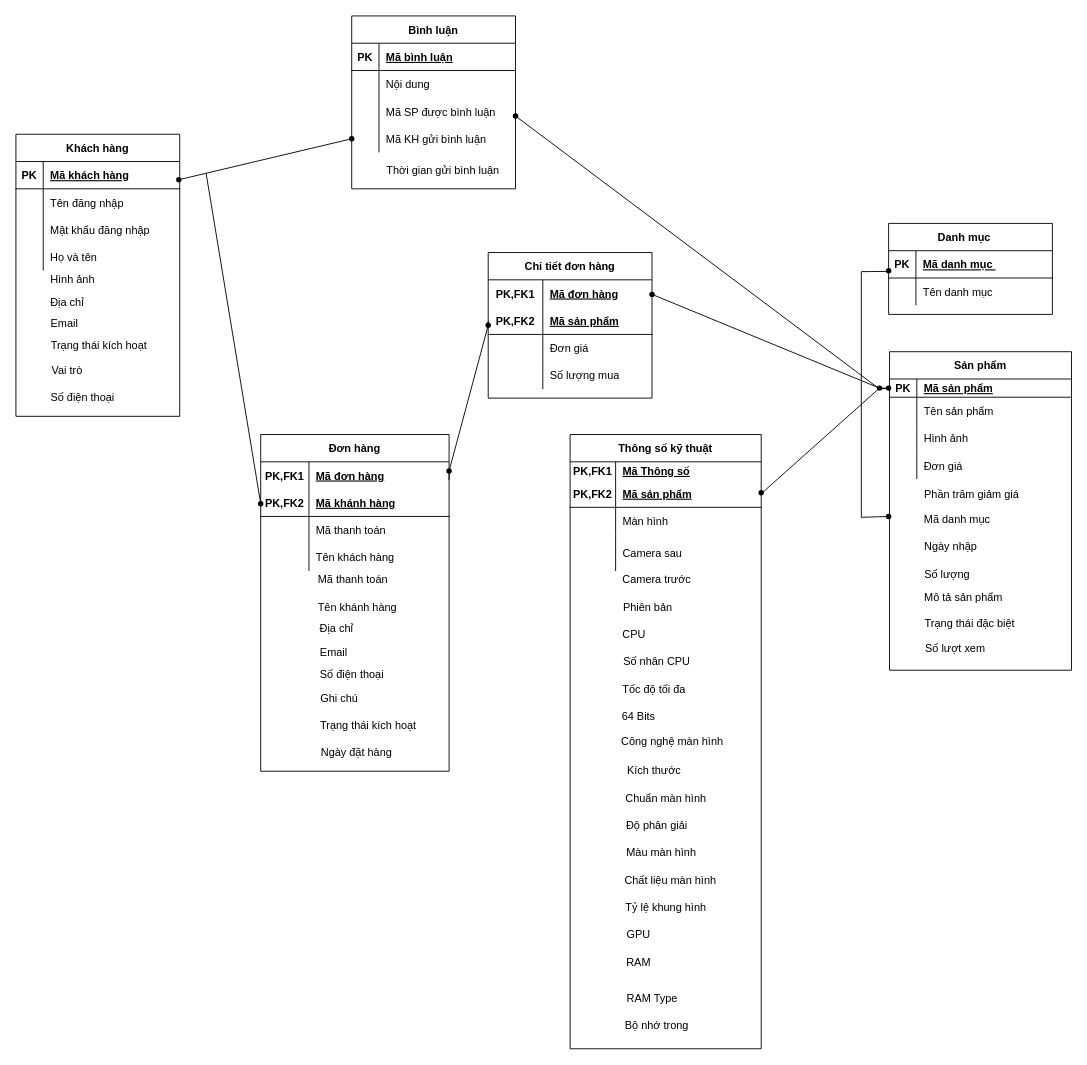
Earlier version of the draw.io diagram Untitled Diagram.drawio (KhoantenKhoan/Team5). Source tidied: cells renumbered, new cells numbered last; positions are measured from the earlier drawing's top-left corner, leaving out a move shared by most shapes. Both pictures are drawn from the tidied source at 91%, with x=0, y=0 at pixel (15, 15).
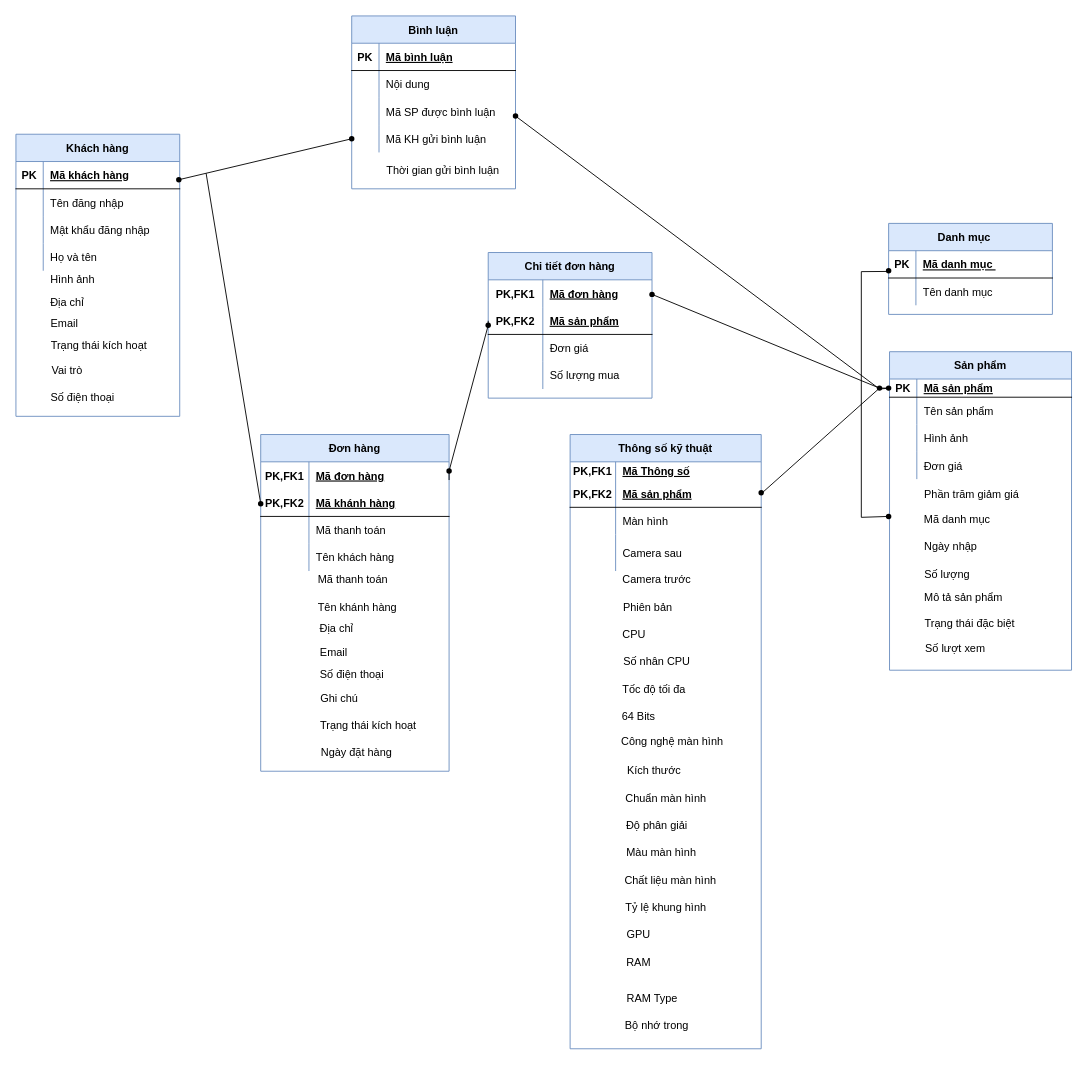
After the change.

Commit message:
Cập nhật Untitled Diagram.drawio

Change to the diagram source:
```diff
@@
-    <mxCell id="2" value="Thông số kỹ thuật" style="shape=table;startSize=30;childLayout=tableLayout;rowLines=0;fontStyle=1;align=center;" parent="1" vertex="1">
+    <mxCell id="2" value="Thông số kỹ thuật" style="shape=table;startSize=30;childLayout=tableLayout;rowLines=0;fontStyle=1;align=center;fillColor=#dae8fc;strokeColor=#6c8ebf;" parent="1" vertex="1">
       <mxGeometry x="609" y="460" width="210" height="675" as="geometry" />
     </mxCell>
@@
-    <mxCell id="15" value="Danh mục    " style="shape=table;startSize=30;childLayout=tableLayout;rowLines=0;fontStyle=1;align=center;" parent="1" vertex="1">
+    <mxCell id="15" value="Danh mục    " style="shape=table;startSize=30;childLayout=tableLayout;rowLines=0;fontStyle=1;align=center;fillColor=#dae8fc;strokeColor=#6c8ebf;" parent="1" vertex="1">
       <mxGeometry x="959" y="228" width="180" height="100" as="geometry" />
     </mxCell>
@@
-    <mxCell id="22" value="Sản phẩm" style="shape=table;startSize=30;childLayout=tableLayout;rowLines=0;fontStyle=1;align=center;" parent="1" vertex="1">
+    <mxCell id="22" value="Sản phẩm" style="shape=table;startSize=30;childLayout=tableLayout;rowLines=0;fontStyle=1;align=center;fillColor=#dae8fc;strokeColor=#6c8ebf;" parent="1" vertex="1">
       <mxGeometry x="960" y="369" width="200" height="350" as="geometry" />
     </mxCell>
@@
-    <mxCell id="58" value="Khách hàng" style="shape=table;startSize=30;childLayout=tableLayout;rowLines=0;fontStyle=1;align=center;" parent="1" vertex="1">
+    <mxCell id="58" value="Khách hàng" style="shape=table;startSize=30;childLayout=tableLayout;rowLines=0;fontStyle=1;align=center;fillColor=#dae8fc;strokeColor=#6c8ebf;" parent="1" vertex="1">
       <mxGeometry y="130" width="180" height="310" as="geometry" />
     </mxCell>
@@
-    <mxCell id="76" value="Đơn hàng" style="shape=table;startSize=30;childLayout=tableLayout;rowLines=0;fontStyle=1;align=center;" parent="1" vertex="1">
+    <mxCell id="76" value="Đơn hàng" style="shape=table;startSize=30;childLayout=tableLayout;rowLines=0;fontStyle=1;align=center;fillColor=#dae8fc;strokeColor=#6c8ebf;" parent="1" vertex="1">
       <mxGeometry x="269" y="460" width="207" height="370" as="geometry" />
     </mxCell>
@@
-    <mxCell id="97" value="Chi tiết đơn hàng" style="shape=table;startSize=30;childLayout=tableLayout;rowLines=0;fontStyle=1;align=center;" parent="1" vertex="1">
+    <mxCell id="97" value="Chi tiết đơn hàng" style="shape=table;startSize=30;childLayout=tableLayout;rowLines=0;fontStyle=1;align=center;fillColor=#dae8fc;strokeColor=#6c8ebf;" parent="1" vertex="1">
       <mxGeometry x="519" y="260" width="180" height="160" as="geometry" />
     </mxCell>
@@
-    <mxCell id="110" value="Bình luận" style="shape=table;startSize=30;childLayout=tableLayout;rowLines=0;fontStyle=1;align=center;" parent="1" vertex="1">
+    <mxCell id="110" value="Bình luận" style="shape=table;startSize=30;childLayout=tableLayout;rowLines=0;fontStyle=1;align=center;fillColor=#dae8fc;strokeColor=#6c8ebf;" parent="1" vertex="1">
       <mxGeometry x="369" width="180" height="190" as="geometry" />
     </mxCell>
```
